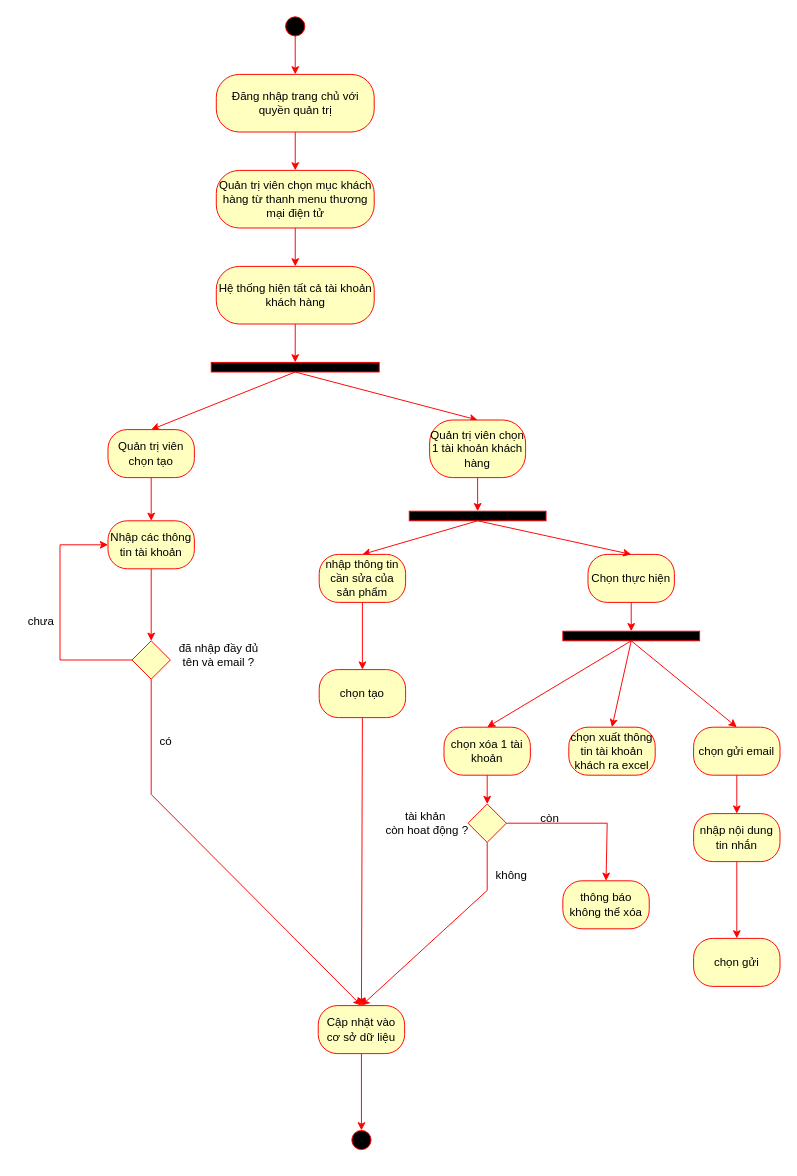
EdgarIgnite16/SGU-Course keeps this draw.io diagram as Nam3_HK1/CNPM_SoftTech/Activity Diagrams/Quân Huỳnh/AD_QuảnLýTàiKhoảnKháchHàng.drawio. Above is the earlier version. Source tidied: cells renumbered, new cells numbered last; positions are measured from the earlier drawing's top-left corner, leaving out a move shared by most shapes. Both pictures are drawn from the tidied source at 96%, with x=0, y=0 at pixel (16, 16).
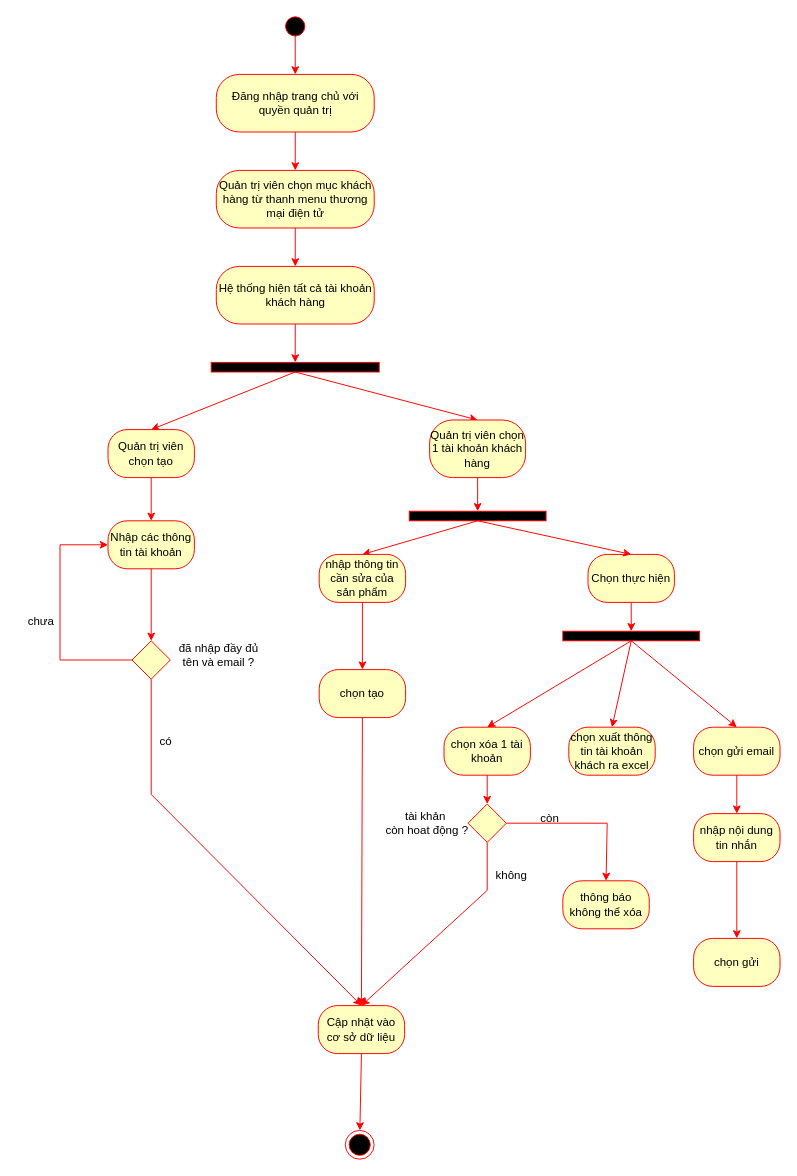
After the change.

Unchanged cells that the change refers to:
```xml
<mxCell id="17" value="Cập nhật vào cơ sở dữ liệu" style="rounded=1;whiteSpace=wrap;html=1;arcSize=40;fontColor=#000000;fillColor=#ffffc0;strokeColor=#FF0000;" parent="1" vertex="1">
  <mxGeometry x="314" y="1030" width="90" height="50" as="geometry" />
</mxCell>
```

What changed in the source:
```diff
@@
-    <mxCell id="36" style="ellipse;whiteSpace=wrap;html=1;strokeColor=#FF0000;fillColor=#000000;" parent="1" vertex="1">
-      <mxGeometry x="349" y="1160" width="20" height="20" as="geometry" />
-    </mxCell>
-    <mxCell id="37" style="endArrow=classic;html=1;rounded=0;strokeColor=#FF0000;fontSize=10;exitX=0.5;exitY=1;exitDx=0;exitDy=0;entryX=0.5;entryY=0;entryDx=0;entryDy=0;" parent="1" edge="1" source="17" target="36">
+    <mxCell id="37" style="endArrow=classic;html=1;rounded=0;strokeColor=#FF0000;fontSize=10;exitX=0.5;exitY=1;exitDx=0;exitDy=0;" parent="1" edge="1" source="17" target="56">
       <mxGeometry relative="1" as="geometry" />
     </mxCell>
@@
+    <mxCell id="56" style="ellipse;html=1;shape=endState;fillColor=#000000;strokeColor=#ff0000;" parent="1" vertex="1">
+      <mxGeometry x="342.2" y="1160" width="30" height="30" as="geometry" />
+    </mxCell>
```
